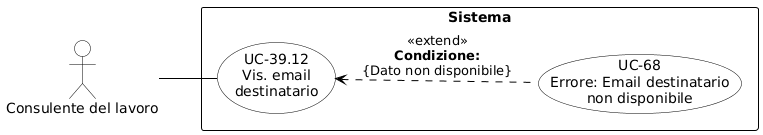
aLittleByte-19/Documentazione keeps this PlantUML diagram as RTB/Analisi dei Requisiti/diagrammi_use_case/UC-39.12.png. Above is the earlier version.
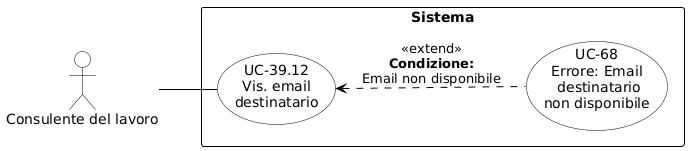
The same file after the commit.

What changed in the source:
```diff
@@ -23,9 +23,9 @@
 
 rectangle "Sistema" {
     usecase "UC-39.12\nVis. email\ndestinatario" as UC39_12
-    usecase "UC-68\nErrore: Email destinatario\nnon disponibile" as UC68
+    usecase "UC-68\nErrore: Email\n destinatario\nnon disponibile" as UC68
 
-    UC39_12 <.. UC68 : <<extend>>\n**Condizione:**\n{Dato non disponibile}
+    UC68 .up.> UC39_12 : <<extend>>\n**Condizione:**\nEmail non disponibile
 }
 
 CL -- UC39_12
```
